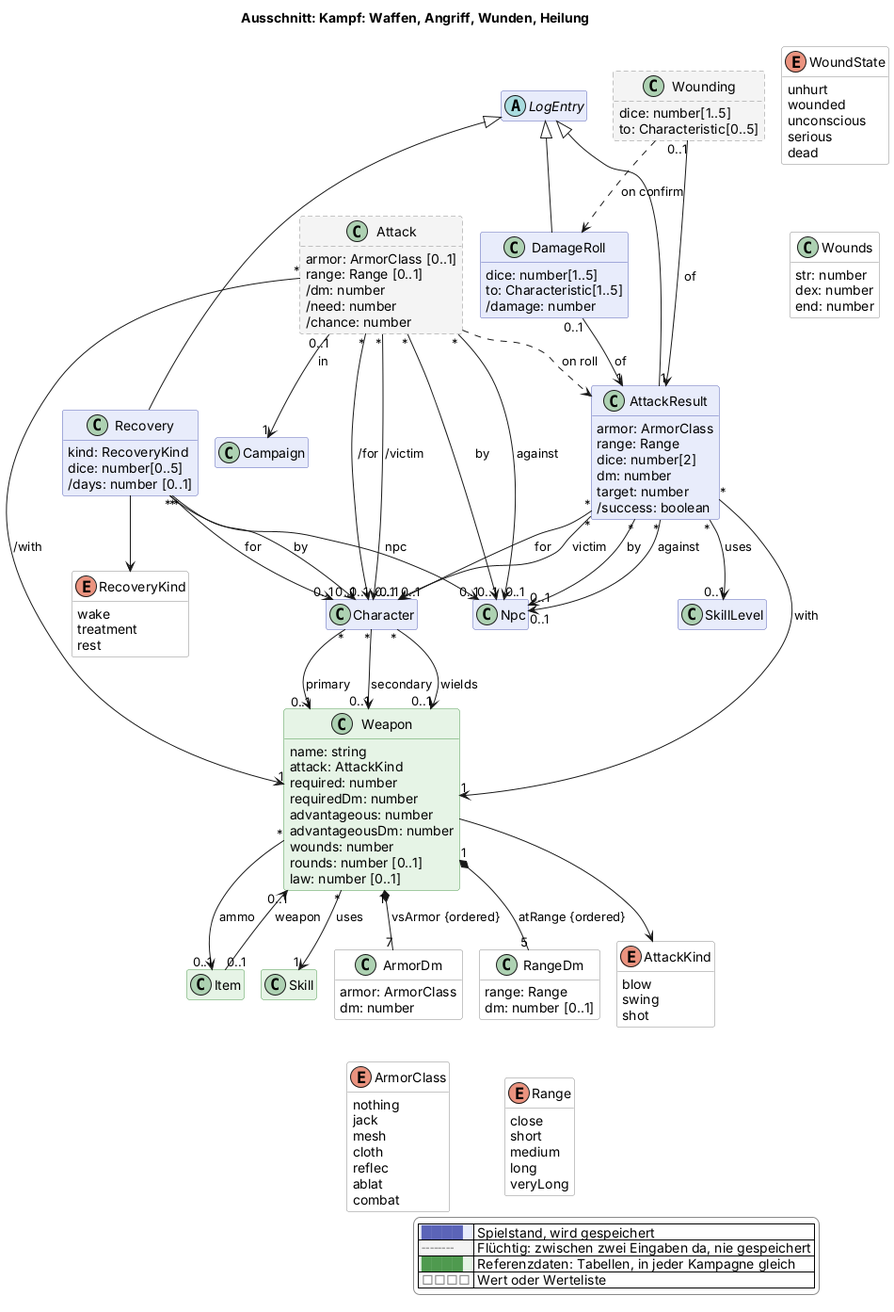
This is docs/views/kampf.png from scuzzar/SRE, a PlantUML export, as it was before one commit. Its diagram source:
```plantuml
@startuml
!if %not(%variable_exists("$change"))
!$change = "*"
!endif
!function $marked($c)
!return $change == "*" || $change == $c
!endfunction
!function $new($c, $t)
!if $marked($c)
!return "<color:#d0021b><b>" + $t + "</b></color>"
!endif
!return $t
!endfunction
!procedure $gone($c, $t)
!if $marked($c)
<color:#d0021b><s>$t</s></color>
!endif
!endprocedure
!function $newClass($c)
!if $marked($c)
!return "#line:d0021b;line.bold"
!endif
!return ""
!endfunction
!function $newArrow($c)
!if $marked($c)
!return "[#d0021b,bold]"
!endif
!return ""
!endfunction
!pragma layout smetana
title Ausschnitt: Kampf: Waffen, Angriff, Wunden, Heilung
hide empty members
hide methods
skinparam classAttributeIconSize 0
skinparam shadowing false
skinparam packageStyle rectangle
skinparam class {
  BackgroundColor #e8ecfb
  BorderColor #5b64b8
  BackgroundColor<<transient>> #f4f4f4
  BorderColor<<transient>> #8a8a8a
  BackgroundColor<<reference>> #e6f4e6
  BorderColor<<reference>> #4f9a4f
  BackgroundColor<<value>> #ffffff
  BorderColor<<value>> #8a8a8a
}
skinparam legendBackgroundColor #ffffff
skinparam legendBorderColor #8a8a8a
<style>
classDiagram {
  class {
    .transient {
      LineStyle 5-3
    }
  }
}
</style>
hide <<transient>> stereotype
hide <<reference>> stereotype
hide <<value>> stereotype

  class Campaign $kampagne
  class Character $charakter
  class SkillLevel $charakter



  abstract class LogEntry $probe

  class Attack <<transient>> $kampf {
    armor: ArmorClass [0..1]
    range: Range [0..1]
    /dm: number
    /need: number
    /chance: number
  }
  class AttackResult $kampf {
    armor: ArmorClass
    range: Range
    dice: number[2]
    dm: number
    target: number
    /success: boolean
  }
  class Recovery $kampf {
    kind: RecoveryKind
    dice: number[0..5]
    /days: number [0..1]
  }
  enum RecoveryKind <<value>> $kampf {
    wake
    treatment
    rest
  }
  class DamageRoll $kampf {
    dice: number[1..5]
    to: Characteristic[1..5]
    /damage: number
  }
  class Wounding <<transient>> $kampf {
    dice: number[1..5]
    to: Characteristic[0..5]
  }
  class Npc $begegnung
  class Wounds <<value>> $kampf {
    str: number
    dex: number
    end: number
  }
  enum WoundState <<value>> $kampf {
    unhurt
    wounded
    unconscious
    serious
    dead
  }

  class Skill <<reference>> $charakter
  class Item <<reference>> $shop
  class Weapon <<reference>> $kampf {
    name: string
    attack: AttackKind
    required: number
    requiredDm: number
    advantageous: number
    advantageousDm: number
    wounds: number
    rounds: number [0..1]
    law: number [0..1]
  }
  class ArmorDm <<value>> $kampf {
    armor: ArmorClass
    dm: number
  }
  class RangeDm <<value>> $kampf {
    range: Range
    dm: number [0..1]
  }
  enum AttackKind <<value>> $kampf {
    blow
    swing
    shot
  }
  enum ArmorClass <<value>> $kampf {
    nothing
    jack
    mesh
    cloth
    reflec
    ablat
    combat
  }
  enum Range <<value>> $kampf {
    close
    short
    medium
    long
    veryLong
  }





Item "0..1" --> "0..1" Weapon : weapon
Character "*" --> "0..1" Weapon : wields
Character "*" --> "0..1" Weapon : primary
Character "*" --> "0..1" Weapon : secondary

Weapon "*" --> "1" Skill : uses
Weapon "*" --> "0..1" Item : ammo
Weapon --> AttackKind
Weapon "1" *-- "7" ArmorDm : vsArmor {ordered}
Weapon "1" *-- "5" RangeDm : atRange {ordered}
ArmorDm -[hidden]- ArmorClass
RangeDm -[hidden]- Range

LogEntry <|-- AttackResult
LogEntry <|-- DamageRoll
LogEntry <|-- Recovery
Recovery "*" --> "0..1" Character : for
Recovery "*" --> "0..1" Npc : npc
Recovery "*" --> "0..1" Character : by
Recovery --> RecoveryKind


Attack "0..1" --> "1" Campaign : in
Attack "*" --> "0..1" Character : /for
Attack "*" --> "0..1" Npc : by
Attack "*" --> "0..1" Npc : against
Attack "*" --> "0..1" Character : /victim
Attack "*" --> "1" Weapon : /with
Attack ..> AttackResult : on roll
AttackResult "*" --> "0..1" Character : for
AttackResult "*" --> "0..1" Npc : by
AttackResult "*" --> "0..1" Npc : against
AttackResult "*" --> "0..1" Character : victim
AttackResult "*" --> "1" Weapon : with
AttackResult "*" --> "0..1" SkillLevel : uses
DamageRoll "0..1" --> "1" AttackResult : of
Wounding "0..1" --> "1" AttackResult : of
Wounding ..> DamageRoll : on confirm

WoundState -[hidden]- Wounds



legend right
  |<#e8ecfb> <color:#5b64b8>████</color> | Spielstand, wird gespeichert |
  |<#f4f4f4> <color:#8a8a8a>╌╌╌╌</color> | Flüchtig: zwischen zwei Eingaben da, nie gespeichert |
  |<#e6f4e6> <color:#4f9a4f>████</color> | Referenzdaten: Tabellen, in jeder Kampagne gleich |
  |<#ffffff> <color:#8a8a8a>□□□□</color> | Wert oder Werteliste |
endlegend
@enduml
```
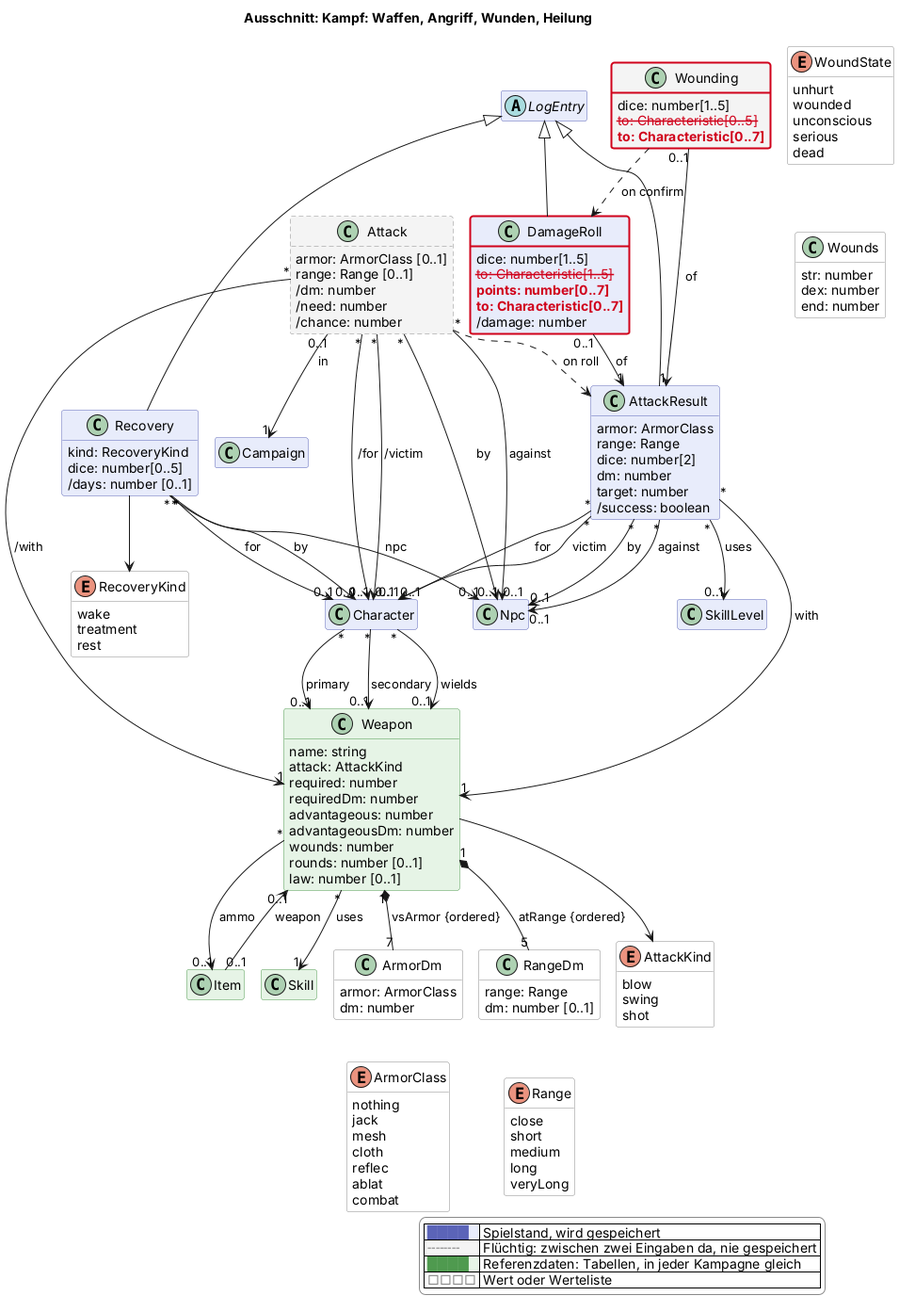
After the commit.

Diff of the diagram source:
```diff
@@ -95,12 +95,15 @@
   }
   class DamageRoll $kampf {
     dice: number[1..5]
-    to: Characteristic[1..5]
+    $gone("2026-11-07", "to: Characteristic[1..5]")
+    $new("2026-11-07", "points: number[0..7]")
+    $new("2026-11-07", "to: Characteristic[0..7]")
     /damage: number
   }
   class Wounding <<transient>> $kampf {
     dice: number[1..5]
-    to: Characteristic[0..5]
+    $gone("2026-11-07", "to: Characteristic[0..5]")
+    $new("2026-11-07", "to: Characteristic[0..7]")
   }
   class Npc $begegnung
   class Wounds <<value>> $kampf {
@@ -212,4 +215,6 @@
   |<#e6f4e6> <color:#4f9a4f>████</color> | Referenzdaten: Tabellen, in jeder Kampagne gleich |
   |<#ffffff> <color:#8a8a8a>□□□□</color> | Wert oder Werteliste |
 endlegend
+class DamageRoll #line:d0021b;line.bold
+class Wounding #line:d0021b;line.bold
 @enduml
```
